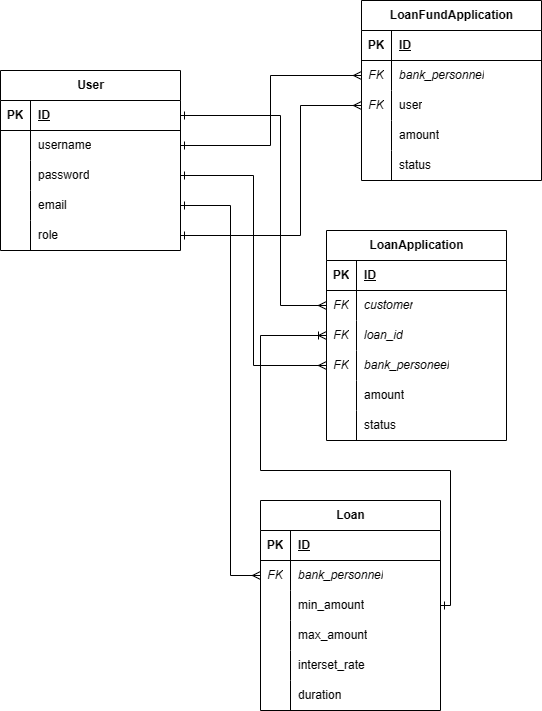
Above: ERD.png in DohaRamadan/Bank-Loans (draw.io), before the change. Source tidied: cells renumbered, new cells last; positions are measured from the earlier drawing's top-left corner, leaving out a move shared by most shapes.
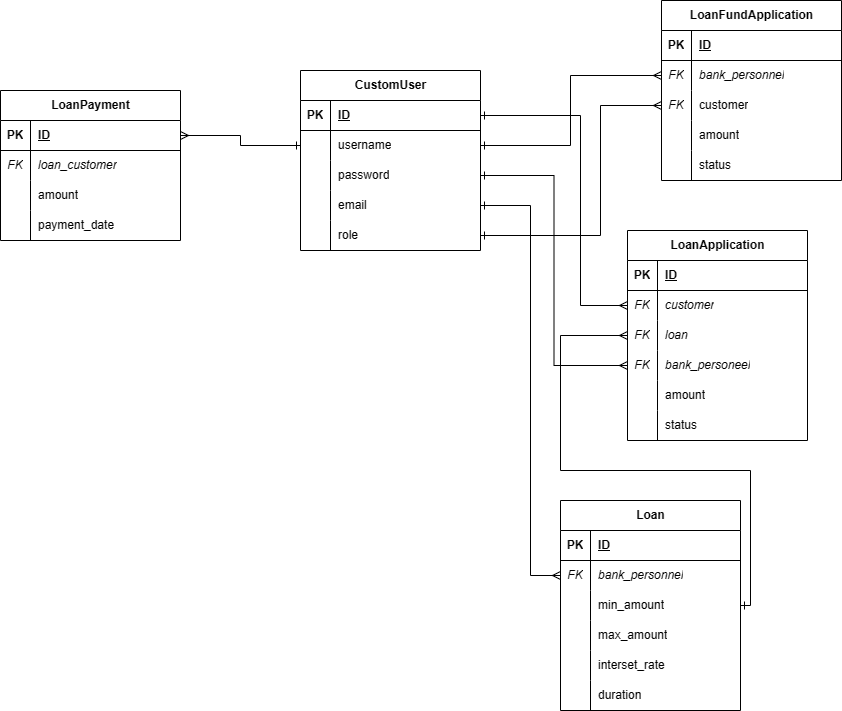
After the commit.

Change to the diagram source:
```diff
@@ -2,7 +2,7 @@
   <root>
     <mxCell id="0" />
     <mxCell id="1" parent="0" />
-    <mxCell id="2" value="User" style="shape=table;startSize=30;rowLines=0;fontStyle=1;align=center;html=1;" parent="1" vertex="1">
+    <mxCell id="2" value="CustomUser" style="shape=table;startSize=30;rowLines=0;fontStyle=1;align=center;html=1;" parent="1" vertex="1">
       <mxGeometry y="70" width="180" height="180" as="geometry" />
     </mxCell>
     <mxCell id="3" style="shape=tableRow;horizontal=0;startSize=0;swimlaneHead=0;swimlaneBody=0;fillColor=none;points=[[0,0.5],[1,0.5]];portConstraint=eastwest;top=0;left=0;right=0;bottom=1;" parent="2" vertex="1">
@@ -116,7 +116,7 @@
       </mxGeometry>
     </mxCell>
     <mxCell id="38" value="LoanApplication" style="shape=table;startSize=30;rowLines=0;fontStyle=1;align=center;html=1;" parent="1" vertex="1">
-      <mxGeometry x="326" y="230" width="180" height="210" as="geometry" />
+      <mxGeometry x="327" y="230" width="180" height="210" as="geometry" />
     </mxCell>
     <mxCell id="39" style="shape=tableRow;horizontal=0;startSize=0;swimlaneHead=0;swimlaneBody=0;fillColor=none;top=0;left=0;right=0;bottom=1;" parent="38" vertex="1">
       <mxGeometry y="30" width="180" height="30" as="geometry" />
@@ -142,7 +142,7 @@
     <mxCell id="46" value="&lt;i&gt;FK&lt;/i&gt;" style="shape=partialRectangle;fillColor=none;top=0;left=0;bottom=0;right=0;overflow=hidden;whiteSpace=wrap;html=1;" parent="45" vertex="1">
       <mxGeometry width="30" height="30" as="geometry" />
     </mxCell>
-    <mxCell id="47" value="&lt;i&gt;loan_id&lt;/i&gt;" style="shape=partialRectangle;fillColor=none;top=0;left=0;bottom=0;right=0;align=left;spacingLeft=6;overflow=hidden;whiteSpace=wrap;html=1;" parent="45" vertex="1">
+    <mxCell id="47" value="&lt;i&gt;loan&lt;/i&gt;" style="shape=partialRectangle;fillColor=none;top=0;left=0;bottom=0;right=0;align=left;spacingLeft=6;overflow=hidden;whiteSpace=wrap;html=1;" parent="45" vertex="1">
       <mxGeometry x="30" width="150" height="30" as="geometry" />
     </mxCell>
     <mxCell id="48" style="shape=tableRow;horizontal=0;startSize=0;swimlaneHead=0;swimlaneBody=0;fillColor=none;points=[[0,0.5],[1,0.5]];portConstraint=eastwest;top=0;left=0;right=0;bottom=0;" parent="38" vertex="1">
@@ -180,7 +180,7 @@
         </Array>
       </mxGeometry>
     </mxCell>
-    <mxCell id="58" style="edgeStyle=orthogonalEdgeStyle;rounded=0;jettySize=auto;html=1;endArrow=ERone;endFill=0;startArrow=ERoneToMany;startFill=0;" parent="1" edge="1" source="45" target="25">
+    <mxCell id="58" style="edgeStyle=orthogonalEdgeStyle;rounded=0;jettySize=auto;html=1;endArrow=ERone;endFill=0;startArrow=ERmany;startFill=0;" parent="1" edge="1" source="45" target="25">
       <mxGeometry relative="1" as="geometry">
         <Array as="points">
           <mxPoint x="260" y="335" />
@@ -220,7 +220,7 @@
     <mxCell id="68" value="&lt;i&gt;FK&lt;/i&gt;" style="shape=partialRectangle;fillColor=none;top=0;left=0;bottom=0;right=0;overflow=hidden;whiteSpace=wrap;html=1;" parent="67" vertex="1">
       <mxGeometry width="30" height="30" as="geometry" />
     </mxCell>
-    <mxCell id="69" value="user" style="shape=partialRectangle;fillColor=none;top=0;left=0;bottom=0;right=0;align=left;spacingLeft=6;overflow=hidden;whiteSpace=wrap;html=1;" parent="67" vertex="1">
+    <mxCell id="69" value="customer" style="shape=partialRectangle;fillColor=none;top=0;left=0;bottom=0;right=0;align=left;spacingLeft=6;overflow=hidden;whiteSpace=wrap;html=1;" parent="67" vertex="1">
       <mxGeometry x="30" width="150" height="30" as="geometry" />
     </mxCell>
     <mxCell id="70" style="shape=tableRow;horizontal=0;startSize=0;swimlaneHead=0;swimlaneBody=0;fillColor=none;top=0;left=0;right=0;bottom=0;" parent="60" vertex="1">
@@ -257,5 +257,52 @@
         </Array>
       </mxGeometry>
     </mxCell>
+    <mxCell id="78" value="LoanPayment" style="shape=table;startSize=30;rowLines=0;fontStyle=1;align=center;html=1;" parent="1" vertex="1">
+      <mxGeometry x="-300" y="90" width="180" height="150" as="geometry" />
+    </mxCell>
+    <mxCell id="79" style="shape=tableRow;horizontal=0;startSize=0;swimlaneHead=0;swimlaneBody=0;fillColor=none;points=[[0,0.5],[1,0.5]];portConstraint=eastwest;top=0;left=0;right=0;bottom=1;" parent="78" vertex="1">
+      <mxGeometry y="30" width="180" height="30" as="geometry" />
+    </mxCell>
+    <mxCell id="80" value="PK" style="shape=partialRectangle;fillColor=none;top=0;left=0;bottom=0;right=0;fontStyle=1;overflow=hidden;whiteSpace=wrap;html=1;" parent="79" vertex="1">
+      <mxGeometry width="30" height="30" as="geometry" />
+    </mxCell>
+    <mxCell id="81" value="ID" style="shape=partialRectangle;fillColor=none;top=0;left=0;bottom=0;right=0;align=left;spacingLeft=6;fontStyle=5;overflow=hidden;whiteSpace=wrap;html=1;" parent="79" vertex="1">
+      <mxGeometry x="30" width="150" height="30" as="geometry" />
+    </mxCell>
+    <mxCell id="82" style="shape=tableRow;horizontal=0;startSize=0;swimlaneHead=0;swimlaneBody=0;fillColor=none;top=0;left=0;right=0;bottom=0;" parent="78" vertex="1">
+      <mxGeometry y="60" width="180" height="30" as="geometry" />
+    </mxCell>
+    <mxCell id="83" value="&lt;i&gt;FK&lt;/i&gt;" style="shape=partialRectangle;fillColor=none;top=0;left=0;bottom=0;right=0;overflow=hidden;whiteSpace=wrap;html=1;" parent="82" vertex="1">
+      <mxGeometry width="30" height="30" as="geometry" />
+    </mxCell>
+    <mxCell id="84" value="&lt;i&gt;loan_customer&lt;br&gt;&lt;/i&gt;" style="shape=partialRectangle;fillColor=none;top=0;left=0;bottom=0;right=0;align=left;spacingLeft=6;overflow=hidden;whiteSpace=wrap;html=1;" parent="82" vertex="1">
+      <mxGeometry x="30" width="150" height="30" as="geometry" />
+    </mxCell>
+    <mxCell id="85" style="shape=tableRow;horizontal=0;startSize=0;swimlaneHead=0;swimlaneBody=0;fillColor=none;top=0;left=0;right=0;bottom=0;" parent="78" vertex="1">
+      <mxGeometry y="90" width="180" height="30" as="geometry" />
+    </mxCell>
+    <mxCell id="86" style="shape=partialRectangle;fillColor=none;top=0;left=0;bottom=0;right=0;overflow=hidden;whiteSpace=wrap;html=1;" parent="85" vertex="1">
+      <mxGeometry width="30" height="30" as="geometry" />
+    </mxCell>
+    <mxCell id="87" value="amount" style="shape=partialRectangle;fillColor=none;top=0;left=0;bottom=0;right=0;align=left;spacingLeft=6;overflow=hidden;whiteSpace=wrap;html=1;" parent="85" vertex="1">
+      <mxGeometry x="30" width="150" height="30" as="geometry" />
+    </mxCell>
+    <mxCell id="88" style="shape=tableRow;horizontal=0;startSize=0;swimlaneHead=0;swimlaneBody=0;fillColor=none;top=0;left=0;right=0;bottom=0;" parent="78" vertex="1">
+      <mxGeometry y="120" width="180" height="30" as="geometry" />
+    </mxCell>
+    <mxCell id="89" style="shape=partialRectangle;fillColor=none;top=0;left=0;bottom=0;right=0;overflow=hidden;whiteSpace=wrap;html=1;" parent="88" vertex="1">
+      <mxGeometry width="30" height="30" as="geometry" />
+    </mxCell>
+    <mxCell id="90" value="payment_date" style="shape=partialRectangle;fillColor=none;top=0;left=0;bottom=0;right=0;align=left;spacingLeft=6;overflow=hidden;whiteSpace=wrap;html=1;" parent="88" vertex="1">
+      <mxGeometry x="30" width="150" height="30" as="geometry" />
+    </mxCell>
+    <mxCell id="91" style="edgeStyle=orthogonalEdgeStyle;rounded=0;jettySize=auto;html=1;endArrow=ERmany;endFill=0;startArrow=ERone;startFill=0;" parent="1" edge="1" source="6" target="79">
+      <mxGeometry relative="1" as="geometry">
+        <Array as="points">
+          <mxPoint x="-60" y="145" />
+          <mxPoint x="-60" y="135" />
+        </Array>
+      </mxGeometry>
+    </mxCell>
   </root>
 </mxGraphModel>
```
